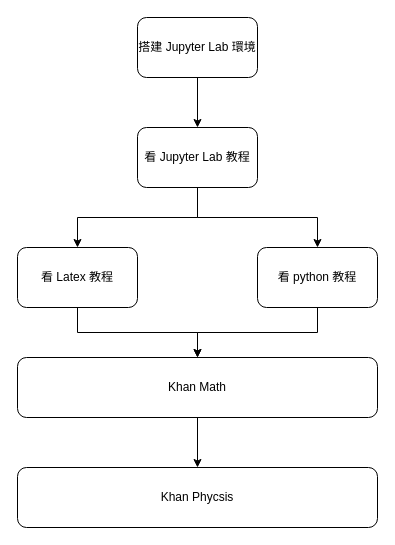
This is page "to-do" (2 of 2) of roadmap.drawio from Mini-Pingu/math_physics, a draw.io file, before an edit. Source tidied: cells renumbered, new cells numbered last; positions are measured from the earlier drawing's top-left corner, leaving out a move shared by most shapes. Both pictures are drawn from the tidied source at 100%, with x=0, y=0 at pixel (17, 17).
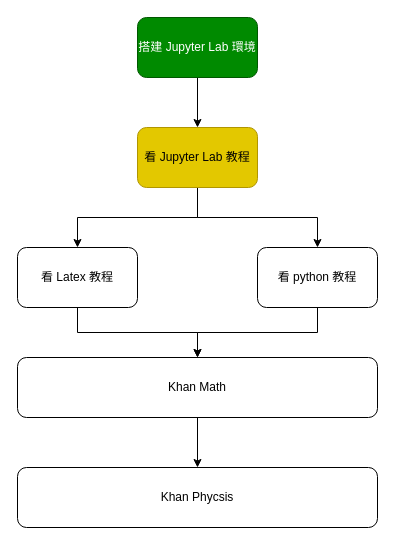
The same diagram, later.

Diff of the diagram source:
```diff
@@
 <mxGraphModel>
   <root>
     <mxCell id="0" />
     <mxCell id="1" parent="0" />
     <mxCell id="2" style="edgeStyle=orthogonalEdgeStyle;rounded=0;jettySize=auto;html=1;" parent="1" edge="1" source="3" target="6">
       <mxGeometry relative="1" as="geometry" />
     </mxCell>
-    <mxCell id="3" value="搭建 Jupyter Lab 環境" style="rounded=1;whiteSpace=wrap;html=1;" parent="1" vertex="1">
+    <mxCell id="3" value="搭建 Jupyter Lab 環境" style="rounded=1;whiteSpace=wrap;html=1;fillColor=#008a00;fontColor=#ffffff;strokeColor=#005700;" parent="1" vertex="1">
       <mxGeometry x="120" width="120" height="60" as="geometry" />
     </mxCell>
     <mxCell id="4" style="edgeStyle=orthogonalEdgeStyle;rounded=0;jettySize=auto;html=1;" parent="1" edge="1" source="6" target="8">
       <mxGeometry relative="1" as="geometry" />
     </mxCell>
     <mxCell id="5" style="edgeStyle=orthogonalEdgeStyle;rounded=0;jettySize=auto;html=1;" parent="1" edge="1" source="6" target="10">
       <mxGeometry relative="1" as="geometry" />
     </mxCell>
-    <mxCell id="6" value="看 Jupyter Lab 教程" style="rounded=1;whiteSpace=wrap;html=1;" parent="1" vertex="1">
+    <mxCell id="6" value="看 Jupyter Lab 教程" style="rounded=1;whiteSpace=wrap;html=1;fillColor=#e3c800;fontColor=#000000;strokeColor=#B09500;" parent="1" vertex="1">
       <mxGeometry x="120" y="110" width="120" height="60" as="geometry" />
     </mxCell>
     <mxCell id="7" style="edgeStyle=orthogonalEdgeStyle;rounded=0;jettySize=auto;html=1;" parent="1" edge="1" source="8" target="12">
       <mxGeometry relative="1" as="geometry" />
     </mxCell>
     <mxCell id="8" value="看 Latex 教程" style="rounded=1;whiteSpace=wrap;html=1;" parent="1" vertex="1">
       <mxGeometry y="230" width="120" height="60" as="geometry" />
     </mxCell>
     <mxCell id="9" style="edgeStyle=orthogonalEdgeStyle;rounded=0;jettySize=auto;html=1;" parent="1" edge="1" source="10" target="12">
       <mxGeometry relative="1" as="geometry" />
     </mxCell>
     <mxCell id="10" value="看 python 教程" style="rounded=1;whiteSpace=wrap;html=1;" parent="1" vertex="1">
       <mxGeometry x="240" y="230" width="120" height="60" as="geometry" />
     </mxCell>
     <mxCell id="11" style="edgeStyle=orthogonalEdgeStyle;rounded=0;jettySize=auto;html=1;" parent="1" edge="1" source="12" target="13">
       <mxGeometry relative="1" as="geometry" />
     </mxCell>
     <mxCell id="12" value="Khan Math" style="rounded=1;whiteSpace=wrap;html=1;" parent="1" vertex="1">
       <mxGeometry y="340" width="360" height="60" as="geometry" />
     </mxCell>
     <mxCell id="13" value="Khan Phycsis" style="rounded=1;whiteSpace=wrap;html=1;" parent="1" vertex="1">
       <mxGeometry y="450" width="360" height="60" as="geometry" />
     </mxCell>
   </root>
 </mxGraphModel>
```
